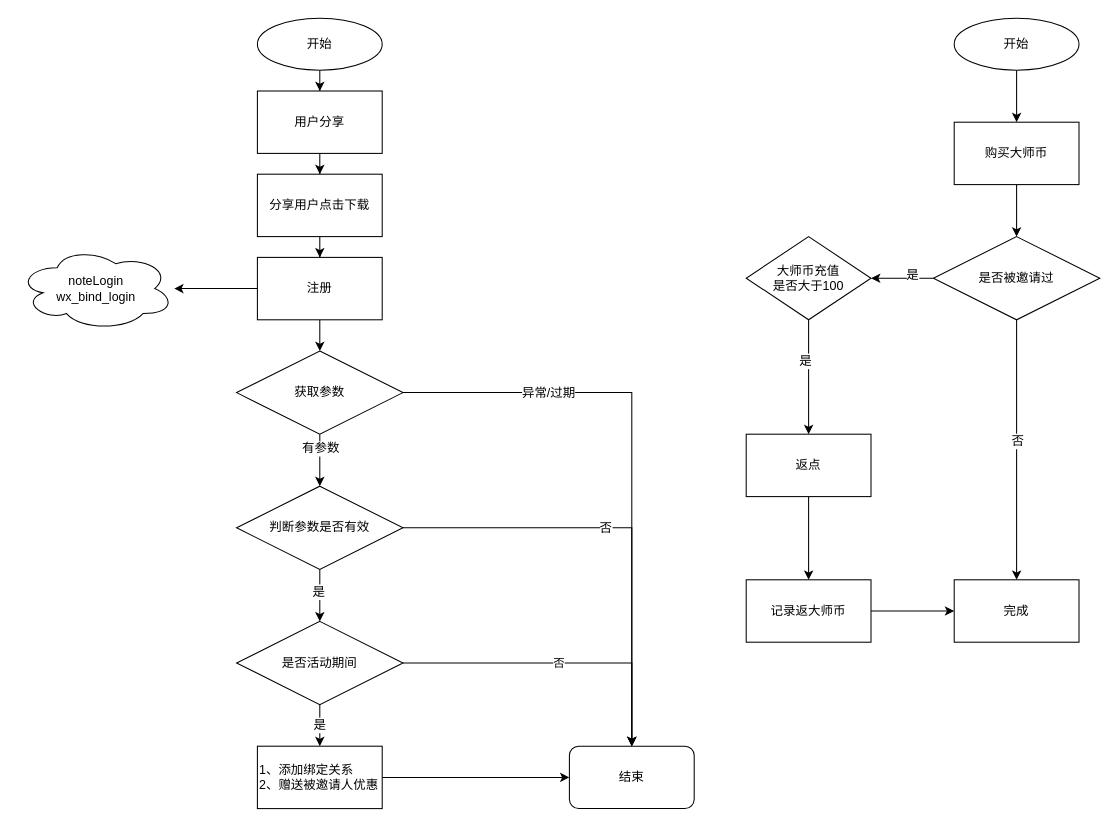
5thgfka/count keeps this draw.io diagram as invite.drawio. Above is the earlier version. Source tidied: cells renumbered, new cells numbered last; positions are measured from the earlier drawing's top-left corner, leaving out a move shared by most shapes. Both pictures are drawn from the tidied source at 104%, with x=0, y=0 at pixel (18, 18).
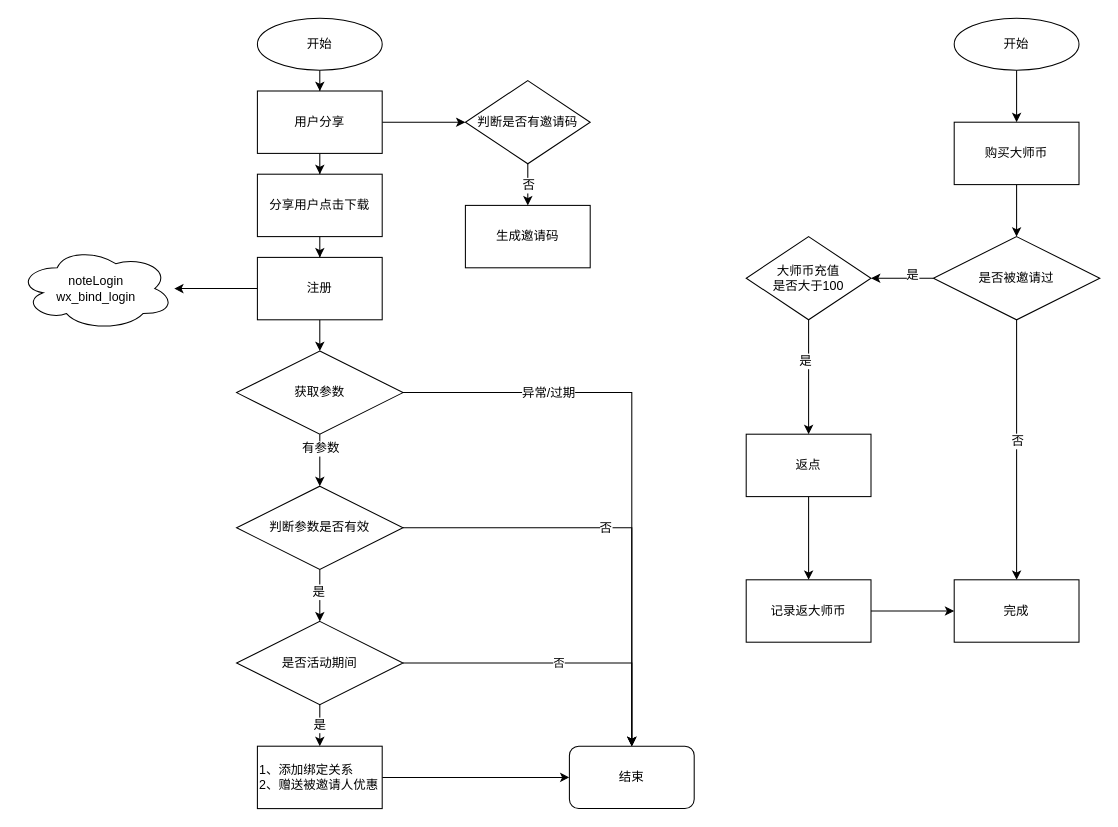
The same diagram, later.

The change refers to these unchanged cells:
```xml
<mxCell id="5" value="用户分享" style="rounded=0;whiteSpace=wrap;html=1;" parent="1" vertex="1">
  <mxGeometry x="230" y="70" width="120" height="60" as="geometry" />
</mxCell>
```

Change to the diagram source:
```diff
@@
+    <mxCell id="46" style="edgeStyle=orthogonalEdgeStyle;rounded=0;jettySize=auto;html=1;" parent="1" edge="1" source="5" target="50">
+      <mxGeometry relative="1" as="geometry" />
+    </mxCell>
@@
+    <mxCell id="47" value="生成邀请码" style="rounded=0;whiteSpace=wrap;html=1;" parent="1" vertex="1">
+      <mxGeometry x="430" y="180" width="120" height="60" as="geometry" />
+    </mxCell>
@@
+    <mxCell id="48" style="edgeStyle=orthogonalEdgeStyle;rounded=0;jettySize=auto;html=1;" parent="1" edge="1" source="50" target="47">
+      <mxGeometry relative="1" as="geometry" />
+    </mxCell>
+    <mxCell id="49" value="否" style="text;html=1;align=center;verticalAlign=middle;labelBackgroundColor=#ffffff;" parent="48" vertex="1">
+      <mxGeometry x="-0.2" y="-3" relative="1" as="geometry">
+        <mxPoint x="3" y="4" as="offset" />
+      </mxGeometry>
+    </mxCell>
+    <mxCell id="50" value="判断是否有邀请码" style="rhombus;whiteSpace=wrap;html=1;" parent="1" vertex="1">
+      <mxGeometry x="430" y="60" width="120" height="80" as="geometry" />
+    </mxCell>
```
